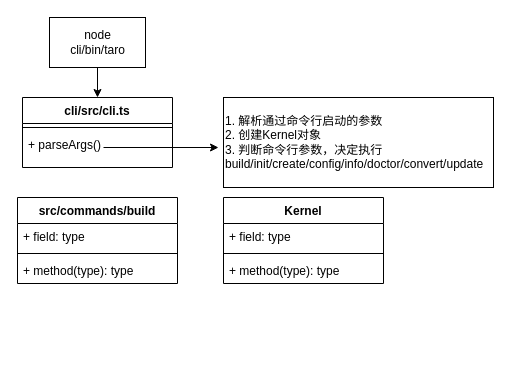
Before: rn编译流程.drawio in qindachang/taro-source-analyze, a draw.io diagram. Source tidied: cells renumbered, new cells numbered last; positions are measured from the earlier drawing's top-left corner, leaving out a move shared by most shapes. Both pictures are drawn from the tidied source at 100%, with x=0, y=0 at pixel (17, 17).
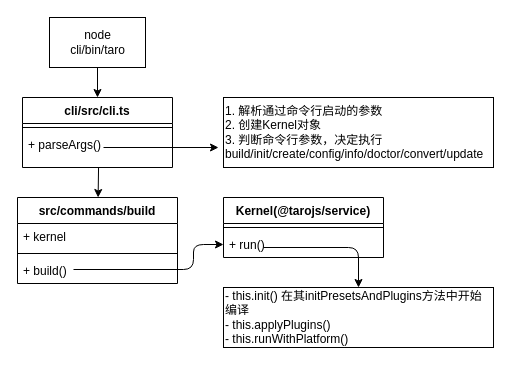
The same diagram, later.

Commit message:
更新rn编译流程.drawio

Unchanged cells that the change refers to:
```xml
<mxCell id="6" value="+ parseArgs()" style="text;strokeColor=none;fillColor=none;align=left;verticalAlign=top;spacingLeft=4;spacingRight=4;overflow=hidden;points=[[0,0.5],[1,0.5]];portConstraint=eastwest;" parent="4" vertex="1">
  <mxGeometry y="34" width="150" height="36" as="geometry" />
</mxCell>
<mxCell id="9" value="src/commands/build" style="swimlane;fontStyle=1;align=center;verticalAlign=top;horizontal=1;startSize=26;" parent="1" vertex="1">
  <mxGeometry y="180" width="160" height="86" as="geometry" />
</mxCell>
```

Change to the diagram source:
```diff
@@
     <mxCell id="7" value="1. 解析通过命令行启动的参数&lt;br&gt;2. 创建Kernel对象&lt;br&gt;3. 判断命令行参数，决定执行build/init/create/config/info/doctor/convert/update" style="rounded=0;whiteSpace=wrap;html=1;align=left;" parent="1" vertex="1">
-      <mxGeometry x="206" y="80" width="270" height="90" as="geometry" />
+      <mxGeometry x="206" y="80" width="270" height="70" as="geometry" />
     </mxCell>
@@
-    <mxCell id="10" value="+ field: type" style="text;strokeColor=none;fillColor=none;align=left;verticalAlign=top;spacingLeft=4;spacingRight=4;overflow=hidden;" parent="9" vertex="1">
+    <mxCell id="10" value="+ kernel" style="text;strokeColor=none;fillColor=none;align=left;verticalAlign=top;spacingLeft=4;spacingRight=4;overflow=hidden;" parent="9" vertex="1">
       <mxGeometry y="26" width="160" height="26" as="geometry" />
     </mxCell>
@@
+    <mxCell id="17" style="endArrow=classic;html=1;entryX=0;entryY=0.5;entryDx=0;entryDy=0;" parent="9" edge="1" target="16">
+      <mxGeometry relative="1" as="geometry">
+        <mxPoint x="56" y="72" as="sourcePoint" />
+        <Array as="points">
+          <mxPoint x="176" y="72" />
+          <mxPoint x="176" y="47" />
+        </Array>
+      </mxGeometry>
+    </mxCell>
-    <mxCell id="12" value="+ method(type): type" style="text;strokeColor=none;fillColor=none;align=left;verticalAlign=top;spacingLeft=4;spacingRight=4;overflow=hidden;" parent="9" vertex="1">
+    <mxCell id="12" value="+ build()" style="text;strokeColor=none;fillColor=none;align=left;verticalAlign=top;spacingLeft=4;spacingRight=4;overflow=hidden;" parent="9" vertex="1">
       <mxGeometry y="60" width="160" height="26" as="geometry" />
     </mxCell>
-    <mxCell id="13" value="Kernel" style="swimlane;fontStyle=1;align=center;verticalAlign=top;horizontal=1;startSize=26;" parent="1" vertex="1">
-      <mxGeometry x="206" y="180" width="160" height="86" as="geometry" />
+    <mxCell id="13" value="Kernel(@tarojs/service)" style="swimlane;fontStyle=1;align=center;verticalAlign=top;horizontal=1;startSize=26;" parent="1" vertex="1">
+      <mxGeometry x="206" y="180" width="160" height="60" as="geometry" />
     </mxCell>
-    <mxCell id="14" value="+ field: type" style="text;strokeColor=none;fillColor=none;align=left;verticalAlign=top;spacingLeft=4;spacingRight=4;overflow=hidden;" parent="13" vertex="1">
-      <mxGeometry y="26" width="160" height="26" as="geometry" />
-    </mxCell>
     <mxCell id="15" style="line;strokeWidth=1;fillColor=none;align=left;verticalAlign=middle;spacingTop=-1;spacingLeft=3;spacingRight=3;labelPosition=right;" parent="13" vertex="1">
-      <mxGeometry y="52" width="160" height="8" as="geometry" />
+      <mxGeometry y="26" width="160" height="8" as="geometry" />
     </mxCell>
+    <mxCell id="18" style="endArrow=classic;html=1;entryX=0.5;entryY=0;entryDx=0;entryDy=0;" parent="13" edge="1" target="20">
+      <mxGeometry relative="1" as="geometry">
+        <mxPoint x="40" y="50" as="sourcePoint" />
+        <Array as="points">
+          <mxPoint x="135" y="50" />
+        </Array>
+      </mxGeometry>
+    </mxCell>
-    <mxCell id="16" value="+ method(type): type" style="text;strokeColor=none;fillColor=none;align=left;verticalAlign=top;spacingLeft=4;spacingRight=4;overflow=hidden;points=[[0,0.5],[1,0.5]];portConstraint=eastwest;" parent="13" vertex="1">
-      <mxGeometry y="60" width="160" height="26" as="geometry" />
+    <mxCell id="16" value="+ run()" style="text;strokeColor=none;fillColor=none;align=left;verticalAlign=top;spacingLeft=4;spacingRight=4;overflow=hidden;points=[[0,0.5],[1,0.5]];portConstraint=eastwest;" parent="13" vertex="1">
+      <mxGeometry y="34" width="160" height="26" as="geometry" />
     </mxCell>
+    <mxCell id="19" style="endArrow=classic;html=1;exitX=0.507;exitY=1;exitDx=0;exitDy=0;exitPerimeter=0;" parent="1" edge="1" source="6" target="9">
+      <mxGeometry relative="1" as="geometry" />
+    </mxCell>
+    <mxCell id="20" value="- this.init() 在其initPresetsAndPlugins方法中开始编译&lt;br&gt;- this.applyPlugins()&lt;br&gt;- this.runWithPlatform()" style="rounded=0;whiteSpace=wrap;html=1;align=left;" parent="1" vertex="1">
+      <mxGeometry x="206" y="270" width="270" height="60" as="geometry" />
+    </mxCell>
```
